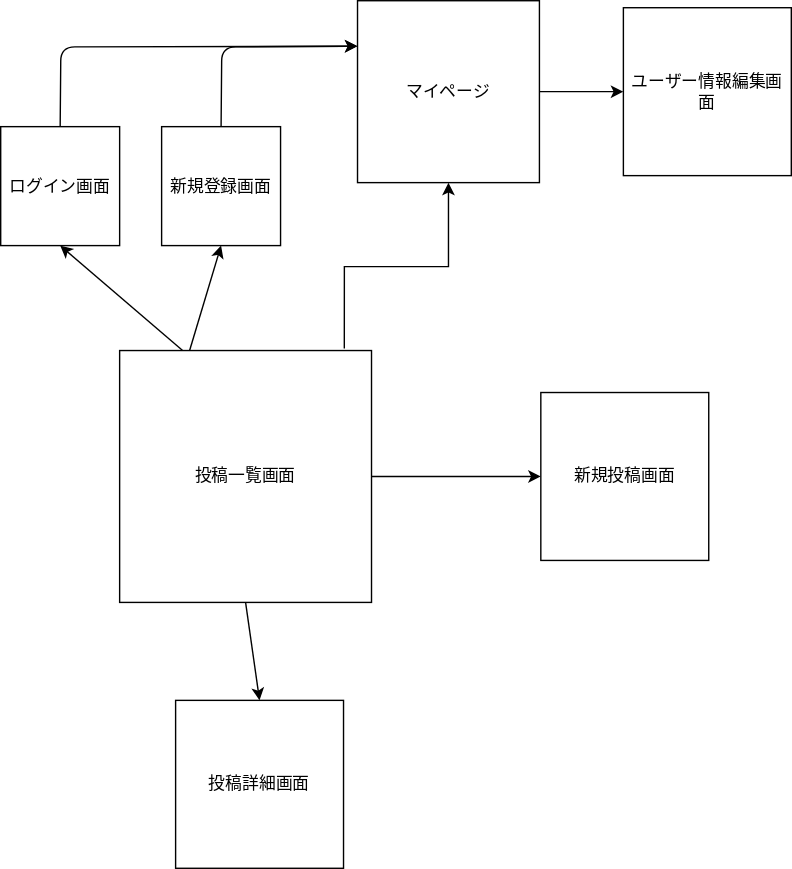
Above: 画面遷移図.drawio.svg in Nakagawa-216/share-out (draw.io), before the change. Source tidied: cells renumbered, new cells last; positions are measured from the earlier drawing's top-left corner, leaving out a move shared by most shapes.
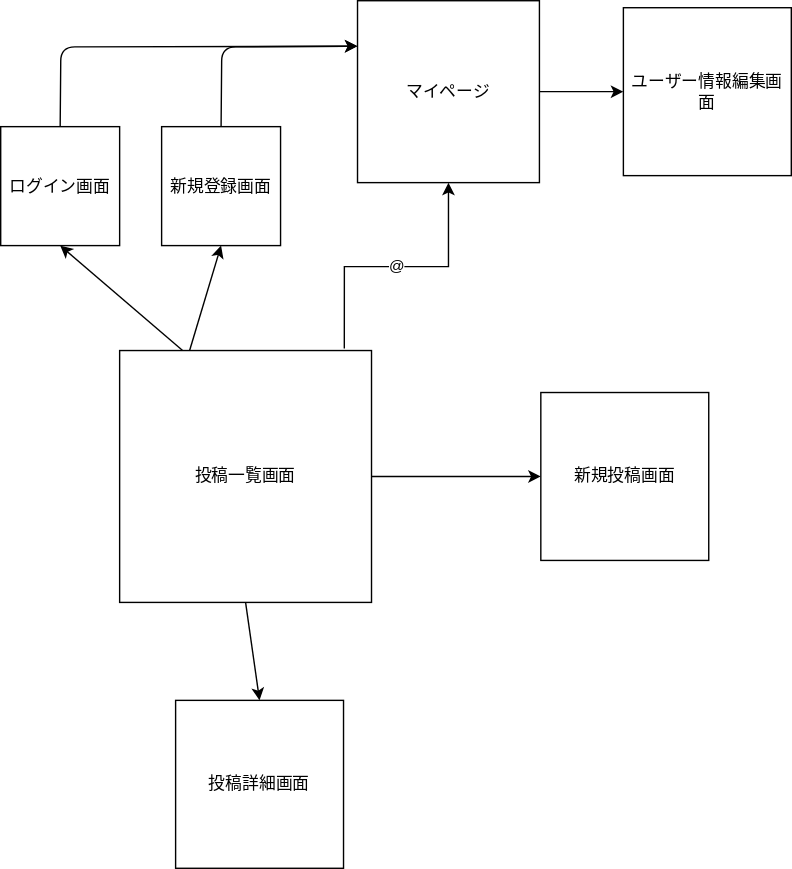
The same file after the commit.

Commit message:
Add User and Post Tables for ER

The edit, as a diff of the source:
```diff
@@ -2,7 +2,7 @@
   <root>
     <mxCell id="0" />
     <mxCell id="1" parent="0" />
-    <mxCell id="2" style="edgeStyle=orthogonalEdgeStyle;rounded=0;jettySize=auto;html=1;entryX=0.5;entryY=1;entryDx=0;entryDy=0;exitX=0.892;exitY=-0.008;exitDx=0;exitDy=0;exitPerimeter=0;" parent="1" edge="1" source="6" target="8">
+    <mxCell id="2" value="@" style="edgeStyle=orthogonalEdgeStyle;rounded=0;jettySize=auto;html=1;entryX=0.5;entryY=1;entryDx=0;entryDy=0;exitX=0.892;exitY=-0.008;exitDx=0;exitDy=0;exitPerimeter=0;" parent="1" edge="1" source="6" target="8">
       <mxGeometry relative="1" as="geometry" />
     </mxCell>
     <mxCell id="3" style="edgeStyle=none;html=1;exitX=0.5;exitY=1;exitDx=0;exitDy=0;entryX=0.5;entryY=0;entryDx=0;entryDy=0;" parent="1" edge="1" source="6" target="10">
```
